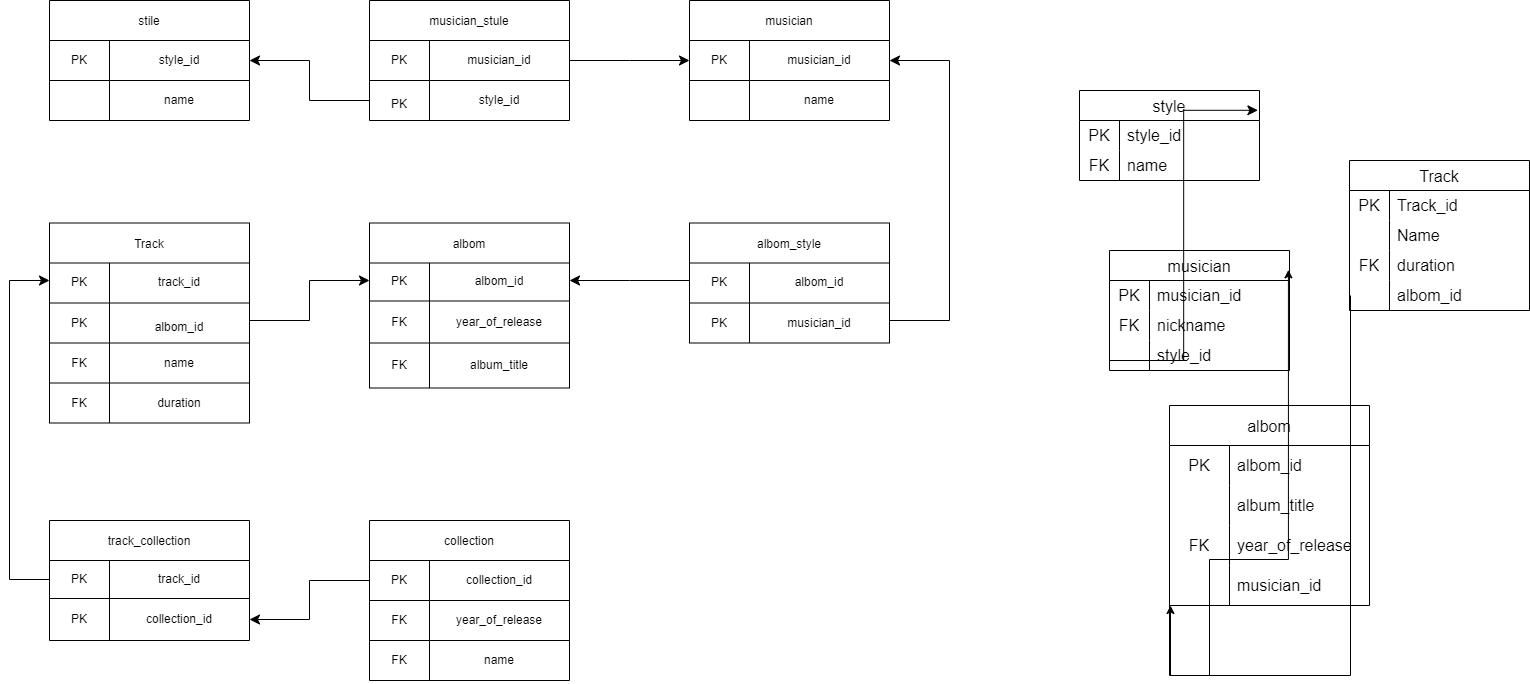
Before: 2-Page-1.drawio.png, a diagram exported from draw.io (saintoleg89/-SQL.). Source tidied: cells renumbered, new cells last; positions are measured from the earlier drawing's top-left corner, leaving out a move shared by most shapes.
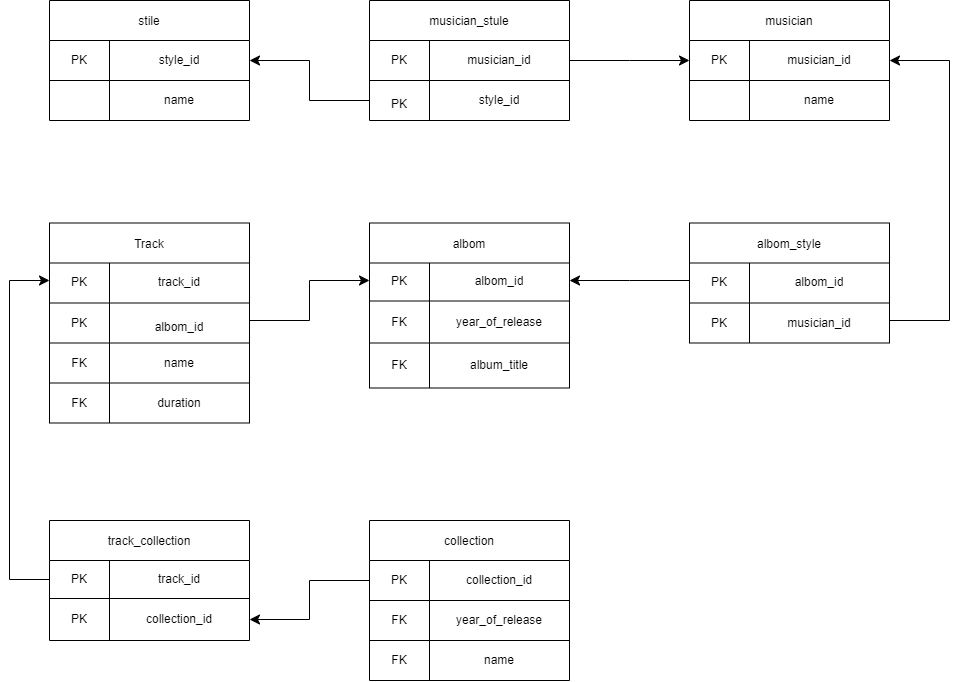
Above is the later version.

Change to the diagram source:
```diff
@@ -131,158 +131,6 @@
     <mxCell id="44" style="edgeStyle=elbowEdgeStyle;elbow=horizontal;endArrow=classic;html=1;curved=0;rounded=0;endSize=8;startSize=8;exitX=0;exitY=0.5;exitDx=0;exitDy=0;entryX=1;entryY=0.5;entryDx=0;entryDy=0;" parent="1" edge="1" source="14" target="4">
       <mxGeometry relative="1" as="geometry" />
     </mxCell>
-    <mxCell id="45" value="style" style="shape=table;startSize=30;rowLines=0;fontStyle=0;strokeColor=default;fontSize=16;" parent="1" vertex="1">
-      <mxGeometry x="1070" y="90" width="180" height="90" as="geometry" />
-    </mxCell>
-    <mxCell id="46" style="shape=tableRow;horizontal=0;startSize=0;swimlaneHead=0;swimlaneBody=0;top=0;left=0;bottom=0;right=0;fillColor=none;strokeColor=inherit;fontSize=16;" parent="45" vertex="1">
-      <mxGeometry y="30" width="180" height="30" as="geometry" />
-    </mxCell>
-    <mxCell id="47" value="PK" style="shape=partialRectangle;html=1;whiteSpace=wrap;fillColor=none;top=0;left=0;bottom=0;right=0;overflow=hidden;strokeColor=inherit;fontSize=16;" parent="46" vertex="1">
-      <mxGeometry width="40" height="30" as="geometry" />
-    </mxCell>
-    <mxCell id="48" value="style_id" style="shape=partialRectangle;html=1;whiteSpace=wrap;fillColor=none;top=0;left=0;bottom=0;right=0;align=left;spacingLeft=6;overflow=hidden;strokeColor=inherit;fontSize=16;" parent="46" vertex="1">
-      <mxGeometry x="40" width="140" height="30" as="geometry" />
-    </mxCell>
-    <mxCell id="49" style="shape=tableRow;horizontal=0;startSize=0;swimlaneHead=0;swimlaneBody=0;top=0;left=0;bottom=0;right=0;fillColor=none;strokeColor=inherit;fontSize=16;" parent="45" vertex="1">
-      <mxGeometry y="60" width="180" height="30" as="geometry" />
-    </mxCell>
-    <mxCell id="50" value="FK" style="shape=partialRectangle;html=1;whiteSpace=wrap;fillColor=none;top=0;left=0;bottom=0;right=0;overflow=hidden;strokeColor=inherit;fontSize=16;" parent="49" vertex="1">
-      <mxGeometry width="40" height="30" as="geometry" />
-    </mxCell>
-    <mxCell id="51" value="name" style="shape=partialRectangle;html=1;whiteSpace=wrap;fillColor=none;top=0;left=0;bottom=0;right=0;align=left;spacingLeft=6;overflow=hidden;strokeColor=inherit;fontSize=16;" parent="49" vertex="1">
-      <mxGeometry x="40" width="140" height="30" as="geometry" />
-    </mxCell>
-    <mxCell id="52" value="musician" style="shape=table;startSize=30;rowLines=0;fontStyle=0;strokeColor=default;fontSize=16;" parent="1" vertex="1">
-      <mxGeometry x="1100" y="250" width="180" height="120" as="geometry" />
-    </mxCell>
-    <mxCell id="53" style="shape=tableRow;horizontal=0;startSize=0;swimlaneHead=0;swimlaneBody=0;top=0;left=0;bottom=0;right=0;fillColor=none;strokeColor=inherit;fontSize=16;" parent="52" vertex="1">
-      <mxGeometry y="30" width="180" height="30" as="geometry" />
-    </mxCell>
-    <mxCell id="54" value="PK" style="shape=partialRectangle;html=1;whiteSpace=wrap;fillColor=none;top=0;left=0;bottom=0;right=0;overflow=hidden;strokeColor=inherit;fontSize=16;" parent="53" vertex="1">
-      <mxGeometry width="40" height="30" as="geometry" />
-    </mxCell>
-    <mxCell id="55" value="musician_id" style="shape=partialRectangle;html=1;whiteSpace=wrap;fillColor=none;top=0;left=0;bottom=0;right=0;align=left;spacingLeft=6;overflow=hidden;strokeColor=inherit;fontSize=16;" parent="53" vertex="1">
-      <mxGeometry x="40" width="140" height="30" as="geometry" />
-    </mxCell>
-    <mxCell id="56" style="shape=tableRow;horizontal=0;startSize=0;swimlaneHead=0;swimlaneBody=0;top=0;left=0;bottom=0;right=0;fillColor=none;strokeColor=inherit;fontSize=16;" parent="52" vertex="1">
-      <mxGeometry y="60" width="180" height="30" as="geometry" />
-    </mxCell>
-    <mxCell id="57" value="FK" style="shape=partialRectangle;html=1;whiteSpace=wrap;fillColor=none;top=0;left=0;bottom=0;right=0;overflow=hidden;strokeColor=inherit;fontSize=16;" parent="56" vertex="1">
-      <mxGeometry width="40" height="30" as="geometry" />
-    </mxCell>
-    <mxCell id="58" value="nickname" style="shape=partialRectangle;html=1;whiteSpace=wrap;fillColor=none;top=0;left=0;bottom=0;right=0;align=left;spacingLeft=6;overflow=hidden;strokeColor=inherit;fontSize=16;" parent="56" vertex="1">
-      <mxGeometry x="40" width="140" height="30" as="geometry" />
-    </mxCell>
-    <mxCell id="59" style="shape=tableRow;horizontal=0;startSize=0;swimlaneHead=0;swimlaneBody=0;top=0;left=0;bottom=0;right=0;fillColor=none;points=[[0,0.5],[1,0.5]];portConstraint=eastwest;strokeColor=inherit;fontSize=16;" parent="52" vertex="1">
-      <mxGeometry y="90" width="180" height="30" as="geometry" />
-    </mxCell>
-    <mxCell id="60" style="shape=partialRectangle;html=1;whiteSpace=wrap;fillColor=none;top=0;left=0;bottom=0;right=0;overflow=hidden;strokeColor=inherit;fontSize=16;" parent="59" vertex="1">
-      <mxGeometry width="40" height="30" as="geometry" />
-    </mxCell>
-    <mxCell id="61" value="style_id" style="shape=partialRectangle;html=1;whiteSpace=wrap;fillColor=none;top=0;left=0;bottom=0;right=0;align=left;spacingLeft=6;overflow=hidden;strokeColor=inherit;fontSize=16;" parent="59" vertex="1">
-      <mxGeometry x="40" width="140" height="30" as="geometry" />
-    </mxCell>
-    <mxCell id="62" value="albom" style="shape=table;startSize=40;rowLines=0;fontStyle=0;strokeColor=default;fontSize=16;" parent="1" vertex="1">
-      <mxGeometry x="1160" y="405" width="200" height="200" as="geometry" />
-    </mxCell>
-    <mxCell id="63" style="shape=tableRow;horizontal=0;startSize=0;swimlaneHead=0;swimlaneBody=0;top=0;left=0;bottom=0;right=0;fillColor=none;strokeColor=inherit;fontSize=16;" parent="62" vertex="1">
-      <mxGeometry y="40" width="200" height="40" as="geometry" />
-    </mxCell>
-    <mxCell id="64" value="PK" style="shape=partialRectangle;html=1;whiteSpace=wrap;fillColor=none;top=0;left=0;bottom=0;right=0;overflow=hidden;strokeColor=inherit;fontSize=16;" parent="63" vertex="1">
-      <mxGeometry width="60" height="40" as="geometry" />
-    </mxCell>
-    <mxCell id="65" value="albom_id" style="shape=partialRectangle;html=1;whiteSpace=wrap;fillColor=none;top=0;left=0;bottom=0;right=0;align=left;spacingLeft=6;overflow=hidden;strokeColor=inherit;fontSize=16;" parent="63" vertex="1">
-      <mxGeometry x="60" width="140" height="40" as="geometry" />
-    </mxCell>
-    <mxCell id="66" style="shape=tableRow;horizontal=0;startSize=0;swimlaneHead=0;swimlaneBody=0;top=0;left=0;bottom=0;right=0;fillColor=none;strokeColor=inherit;fontSize=16;" parent="62" vertex="1">
-      <mxGeometry y="80" width="200" height="40" as="geometry" />
-    </mxCell>
-    <mxCell id="67" style="shape=partialRectangle;html=1;whiteSpace=wrap;fillColor=none;top=0;left=0;bottom=0;right=0;overflow=hidden;strokeColor=inherit;fontSize=16;" parent="66" vertex="1">
-      <mxGeometry width="60" height="40" as="geometry" />
-    </mxCell>
-    <mxCell id="68" value="album_title" style="shape=partialRectangle;html=1;whiteSpace=wrap;fillColor=none;top=0;left=0;bottom=0;right=0;align=left;spacingLeft=6;overflow=hidden;strokeColor=inherit;fontSize=16;" parent="66" vertex="1">
-      <mxGeometry x="60" width="140" height="40" as="geometry" />
-    </mxCell>
-    <mxCell id="69" style="shape=tableRow;horizontal=0;startSize=0;swimlaneHead=0;swimlaneBody=0;top=0;left=0;bottom=0;right=0;fillColor=none;strokeColor=inherit;fontSize=16;" parent="62" vertex="1">
-      <mxGeometry y="120" width="200" height="40" as="geometry" />
-    </mxCell>
-    <mxCell id="70" value="FK" style="shape=partialRectangle;html=1;whiteSpace=wrap;fillColor=none;top=0;left=0;bottom=0;right=0;overflow=hidden;strokeColor=inherit;fontSize=16;" parent="69" vertex="1">
-      <mxGeometry width="60" height="40" as="geometry" />
-    </mxCell>
-    <mxCell id="71" value="year_of_release" style="shape=partialRectangle;html=1;whiteSpace=wrap;fillColor=none;top=0;left=0;bottom=0;right=0;align=left;spacingLeft=6;overflow=hidden;strokeColor=inherit;fontSize=16;" parent="69" vertex="1">
-      <mxGeometry x="60" width="140" height="40" as="geometry" />
-    </mxCell>
-    <mxCell id="72" style="shape=tableRow;horizontal=0;startSize=0;swimlaneHead=0;swimlaneBody=0;top=0;left=0;bottom=0;right=0;fillColor=none;points=[[0,0.5],[1,0.5]];portConstraint=eastwest;strokeColor=inherit;fontSize=16;" parent="62" vertex="1">
-      <mxGeometry y="160" width="200" height="40" as="geometry" />
-    </mxCell>
-    <mxCell id="73" style="shape=partialRectangle;html=1;whiteSpace=wrap;fillColor=none;top=0;left=0;bottom=0;right=0;overflow=hidden;strokeColor=inherit;fontSize=16;" parent="72" vertex="1">
-      <mxGeometry width="60" height="40" as="geometry" />
-    </mxCell>
-    <mxCell id="74" value="musician_id" style="shape=partialRectangle;html=1;whiteSpace=wrap;fillColor=none;top=0;left=0;bottom=0;right=0;align=left;spacingLeft=6;overflow=hidden;strokeColor=inherit;fontSize=16;" parent="72" vertex="1">
-      <mxGeometry x="60" width="140" height="40" as="geometry" />
-    </mxCell>
-    <mxCell id="75" value="Track" style="shape=table;startSize=30;rowLines=0;fontStyle=0;strokeColor=default;fontSize=16;" parent="1" vertex="1">
-      <mxGeometry x="1340" y="160" width="180" height="150" as="geometry" />
-    </mxCell>
-    <mxCell id="76" style="shape=tableRow;horizontal=0;startSize=0;swimlaneHead=0;swimlaneBody=0;top=0;left=0;bottom=0;right=0;fillColor=none;strokeColor=inherit;fontSize=16;" parent="75" vertex="1">
-      <mxGeometry y="30" width="180" height="30" as="geometry" />
-    </mxCell>
-    <mxCell id="77" value="PK" style="shape=partialRectangle;html=1;whiteSpace=wrap;fillColor=none;top=0;left=0;bottom=0;right=0;overflow=hidden;strokeColor=inherit;fontSize=16;" parent="76" vertex="1">
-      <mxGeometry width="40" height="30" as="geometry" />
-    </mxCell>
-    <mxCell id="78" value="Track_id" style="shape=partialRectangle;html=1;whiteSpace=wrap;fillColor=none;top=0;left=0;bottom=0;right=0;align=left;spacingLeft=6;overflow=hidden;strokeColor=inherit;fontSize=16;" parent="76" vertex="1">
-      <mxGeometry x="40" width="140" height="30" as="geometry" />
-    </mxCell>
-    <mxCell id="79" style="shape=tableRow;horizontal=0;startSize=0;swimlaneHead=0;swimlaneBody=0;top=0;left=0;bottom=0;right=0;fillColor=none;strokeColor=inherit;fontSize=16;" parent="75" vertex="1">
-      <mxGeometry y="60" width="180" height="30" as="geometry" />
-    </mxCell>
-    <mxCell id="80" style="shape=partialRectangle;html=1;whiteSpace=wrap;fillColor=none;top=0;left=0;bottom=0;right=0;overflow=hidden;strokeColor=inherit;fontSize=16;" parent="79" vertex="1">
-      <mxGeometry width="40" height="30" as="geometry" />
-    </mxCell>
-    <mxCell id="81" value="Name&lt;span style=&quot;white-space: pre;&quot;&gt; &lt;/span&gt;&lt;span style=&quot;white-space: pre;&quot;&gt; &lt;/span&gt;" style="shape=partialRectangle;html=1;whiteSpace=wrap;fillColor=none;top=0;left=0;bottom=0;right=0;align=left;spacingLeft=6;overflow=hidden;strokeColor=inherit;fontSize=16;" parent="79" vertex="1">
-      <mxGeometry x="40" width="140" height="30" as="geometry" />
-    </mxCell>
-    <mxCell id="82" style="shape=tableRow;horizontal=0;startSize=0;swimlaneHead=0;swimlaneBody=0;top=0;left=0;bottom=0;right=0;fillColor=none;strokeColor=inherit;fontSize=16;" parent="75" vertex="1">
-      <mxGeometry y="90" width="180" height="30" as="geometry" />
-    </mxCell>
-    <mxCell id="83" value="FK" style="shape=partialRectangle;html=1;whiteSpace=wrap;fillColor=none;top=0;left=0;bottom=0;right=0;overflow=hidden;strokeColor=inherit;fontSize=16;" parent="82" vertex="1">
-      <mxGeometry width="40" height="30" as="geometry" />
-    </mxCell>
-    <mxCell id="84" value="duration" style="shape=partialRectangle;html=1;whiteSpace=wrap;fillColor=none;top=0;left=0;bottom=0;right=0;align=left;spacingLeft=6;overflow=hidden;strokeColor=inherit;fontSize=16;" parent="82" vertex="1">
-      <mxGeometry x="40" width="140" height="30" as="geometry" />
-    </mxCell>
-    <mxCell id="85" style="shape=tableRow;horizontal=0;startSize=0;swimlaneHead=0;swimlaneBody=0;top=0;left=0;bottom=0;right=0;fillColor=none;strokeColor=inherit;fontSize=16;" parent="75" vertex="1">
-      <mxGeometry y="120" width="180" height="30" as="geometry" />
-    </mxCell>
-    <mxCell id="86" style="shape=partialRectangle;html=1;whiteSpace=wrap;fillColor=none;top=0;left=0;bottom=0;right=0;overflow=hidden;strokeColor=inherit;fontSize=16;" parent="85" vertex="1">
-      <mxGeometry width="40" height="30" as="geometry" />
-    </mxCell>
-    <mxCell id="87" value="albom_id" style="shape=partialRectangle;html=1;whiteSpace=wrap;fillColor=none;top=0;left=0;bottom=0;right=0;align=left;spacingLeft=6;overflow=hidden;strokeColor=inherit;fontSize=16;" parent="85" vertex="1">
-      <mxGeometry x="40" width="140" height="30" as="geometry" />
-    </mxCell>
-    <mxCell id="88" style="edgeStyle=orthogonalEdgeStyle;rounded=0;orthogonalLoop=1;jettySize=auto;html=1;exitX=0;exitY=0.5;exitDx=0;exitDy=0;" parent="1" edge="1">
-      <mxGeometry relative="1" as="geometry">
-        <mxPoint x="1341" y="295" as="sourcePoint" />
-        <mxPoint x="1161" y="605" as="targetPoint" />
-        <Array as="points">
-          <mxPoint x="1341" y="675" />
-          <mxPoint x="1161" y="675" />
-        </Array>
-      </mxGeometry>
-    </mxCell>
-    <mxCell id="89" style="edgeStyle=orthogonalEdgeStyle;rounded=0;jettySize=auto;html=1;exitX=0;exitY=0.5;exitDx=0;exitDy=0;entryX=0.994;entryY=0.161;entryDx=0;entryDy=0;entryPerimeter=0;" parent="1" edge="1" source="72" target="52">
-      <mxGeometry relative="1" as="geometry">
-        <Array as="points">
-          <mxPoint x="1160" y="675" />
-          <mxPoint x="1200" y="675" />
-          <mxPoint x="1200" y="559" />
-          <mxPoint x="1279" y="559" />
-        </Array>
-      </mxGeometry>
-    </mxCell>
-    <mxCell id="90" style="edgeStyle=elbowEdgeStyle;elbow=horizontal;endArrow=classic;html=1;curved=0;rounded=0;endSize=8;startSize=8;exitX=0;exitY=0.667;exitDx=0;exitDy=0;exitPerimeter=0;entryX=0.991;entryY=0.22;entryDx=0;entryDy=0;entryPerimeter=0;" parent="1" edge="1" source="59" target="45">
-      <mxGeometry relative="1" as="geometry" />
-    </mxCell>
     <mxCell id="91" style="edgeStyle=elbowEdgeStyle;elbow=horizontal;endArrow=classic;html=1;curved=0;rounded=0;endSize=8;startSize=8;entryX=0;entryY=0.5;entryDx=0;entryDy=0;exitX=1;exitY=0.5;exitDx=0;exitDy=0;" parent="1" edge="1" source="11" target="38">
       <mxGeometry relative="1" as="geometry" />
     </mxCell>
```
